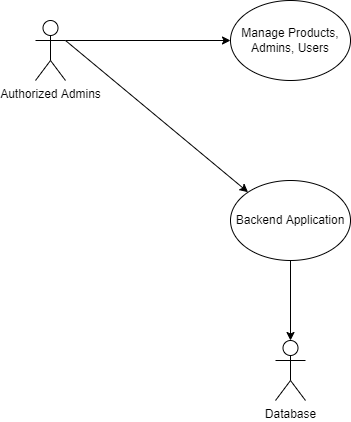
Earlier version of the draw.io export Use case diagram/manage products,users,admins.png (mohitleo03/Software-Engineering-Project-Management). Source tidied: cells renumbered, new cells last; positions are measured from the earlier drawing's top-left corner, leaving out a move shared by most shapes. The source it was exported from:
```xml
<mxGraphModel>
  <root>
    <mxCell id="0" />
    <mxCell id="1" parent="0" />
    <mxCell id="2" style="edgeStyle=orthogonalEdgeStyle;rounded=0;jettySize=auto;html=1;exitX=1;exitY=0.3333333333333333;exitDx=0;exitDy=0;exitPerimeter=0;entryX=0;entryY=0.5;entryDx=0;entryDy=0;" parent="1" edge="1" source="3" target="6">
      <mxGeometry relative="1" as="geometry" />
    </mxCell>
    <mxCell id="3" value="Authorized Admins" style="shape=umlActor;verticalLabelPosition=bottom;verticalAlign=top;html=1;outlineConnect=0;" parent="1" vertex="1">
      <mxGeometry y="20" width="30" height="60" as="geometry" />
    </mxCell>
    <mxCell id="4" style="edgeStyle=orthogonalEdgeStyle;rounded=0;jettySize=auto;html=1;exitX=0.5;exitY=1;exitDx=0;exitDy=0;" parent="1" edge="1" source="5" target="8">
      <mxGeometry relative="1" as="geometry" />
    </mxCell>
    <mxCell id="5" value="Backend Application" style="ellipse;whiteSpace=wrap;html=1;" parent="1" vertex="1">
      <mxGeometry x="195" y="180" width="120" height="80" as="geometry" />
    </mxCell>
    <mxCell id="6" value="Manage Products, Admins, Users" style="ellipse;whiteSpace=wrap;html=1;" parent="1" vertex="1">
      <mxGeometry x="195" width="120" height="80" as="geometry" />
    </mxCell>
    <mxCell id="7" style="endArrow=classic;html=1;rounded=0;exitX=1;exitY=0.3333333333333333;exitDx=0;exitDy=0;exitPerimeter=0;entryX=0;entryY=0;entryDx=0;entryDy=0;" parent="1" edge="1" source="3" target="5">
      <mxGeometry relative="1" as="geometry" />
    </mxCell>
    <mxCell id="8" value="Database" style="shape=umlActor;verticalLabelPosition=bottom;verticalAlign=top;html=1;outlineConnect=0;" parent="1" vertex="1">
      <mxGeometry x="240" y="340" width="30" height="60" as="geometry" />
    </mxCell>
  </root>
</mxGraphModel>
```
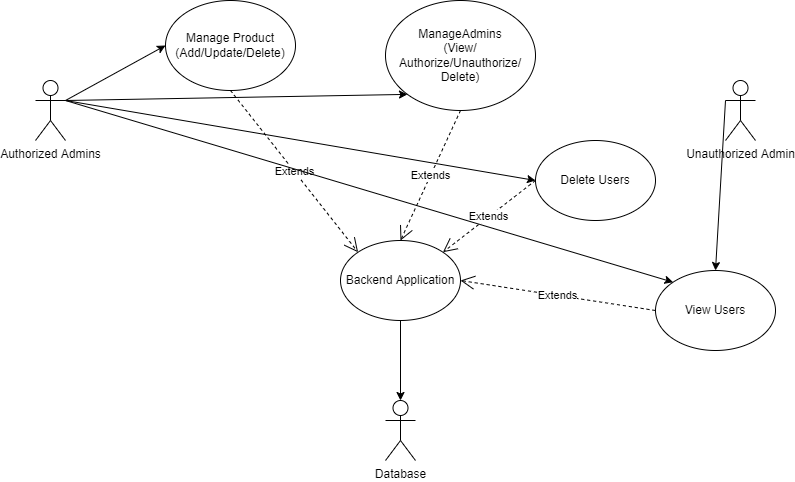
Later version of the same file.

Change to the diagram source:
```diff
@@ -2,11 +2,8 @@
   <root>
     <mxCell id="0" />
     <mxCell id="1" parent="0" />
-    <mxCell id="2" style="edgeStyle=orthogonalEdgeStyle;rounded=0;jettySize=auto;html=1;exitX=1;exitY=0.3333333333333333;exitDx=0;exitDy=0;exitPerimeter=0;entryX=0;entryY=0.5;entryDx=0;entryDy=0;" parent="1" edge="1" source="3" target="6">
-      <mxGeometry relative="1" as="geometry" />
-    </mxCell>
     <mxCell id="3" value="Authorized Admins" style="shape=umlActor;verticalLabelPosition=bottom;verticalAlign=top;html=1;outlineConnect=0;" parent="1" vertex="1">
-      <mxGeometry y="20" width="30" height="60" as="geometry" />
+      <mxGeometry x="-110" y="20" width="30" height="60" as="geometry" />
     </mxCell>
     <mxCell id="4" style="edgeStyle=orthogonalEdgeStyle;rounded=0;jettySize=auto;html=1;exitX=0.5;exitY=1;exitDx=0;exitDy=0;" parent="1" edge="1" source="5" target="8">
       <mxGeometry relative="1" as="geometry" />
@@ -14,14 +11,50 @@
     <mxCell id="5" value="Backend Application" style="ellipse;whiteSpace=wrap;html=1;" parent="1" vertex="1">
       <mxGeometry x="195" y="180" width="120" height="80" as="geometry" />
     </mxCell>
-    <mxCell id="6" value="Manage Products, Admins, Users" style="ellipse;whiteSpace=wrap;html=1;" parent="1" vertex="1">
-      <mxGeometry x="195" width="120" height="80" as="geometry" />
-    </mxCell>
-    <mxCell id="7" style="endArrow=classic;html=1;rounded=0;exitX=1;exitY=0.3333333333333333;exitDx=0;exitDy=0;exitPerimeter=0;entryX=0;entryY=0;entryDx=0;entryDy=0;" parent="1" edge="1" source="3" target="5">
-      <mxGeometry relative="1" as="geometry" />
-    </mxCell>
     <mxCell id="8" value="Database" style="shape=umlActor;verticalLabelPosition=bottom;verticalAlign=top;html=1;outlineConnect=0;" parent="1" vertex="1">
       <mxGeometry x="240" y="340" width="30" height="60" as="geometry" />
     </mxCell>
+    <mxCell id="9" value="Extends" style="endArrow=open;endSize=12;dashed=1;html=1;rounded=0;exitX=0.5;exitY=1;exitDx=0;exitDy=0;entryX=0;entryY=0;entryDx=0;entryDy=0;" parent="1" edge="1" source="11" target="5">
+      <mxGeometry relative="1" as="geometry" />
+    </mxCell>
+    <mxCell id="10" value="ManageAdmins&lt;br&gt;(View/&lt;br&gt;Authorize/Unauthorize/&lt;br&gt;Delete)" style="ellipse;whiteSpace=wrap;html=1;" parent="1" vertex="1">
+      <mxGeometry x="240" y="-60" width="150" height="110" as="geometry" />
+    </mxCell>
+    <mxCell id="11" value="Manage Product&lt;br&gt;(Add/Update/Delete)" style="ellipse;whiteSpace=wrap;html=1;" parent="1" vertex="1">
+      <mxGeometry x="20" y="-60" width="130" height="90" as="geometry" />
+    </mxCell>
+    <mxCell id="12" value="View Users" style="ellipse;whiteSpace=wrap;html=1;" parent="1" vertex="1">
+      <mxGeometry x="510" y="210" width="120" height="80" as="geometry" />
+    </mxCell>
+    <mxCell id="13" value="Delete Users" style="ellipse;whiteSpace=wrap;html=1;" parent="1" vertex="1">
+      <mxGeometry x="390" y="80" width="120" height="80" as="geometry" />
+    </mxCell>
+    <mxCell id="14" value="Unauthorized Admin" style="shape=umlActor;verticalLabelPosition=bottom;verticalAlign=top;html=1;" parent="1" vertex="1">
+      <mxGeometry x="580" y="20" width="30" height="60" as="geometry" />
+    </mxCell>
+    <mxCell id="15" style="endArrow=classic;html=1;rounded=0;exitX=1;exitY=0.3333333333333333;exitDx=0;exitDy=0;exitPerimeter=0;entryX=0;entryY=0.5;entryDx=0;entryDy=0;" parent="1" edge="1" source="3" target="11">
+      <mxGeometry relative="1" as="geometry" />
+    </mxCell>
+    <mxCell id="16" value="Extends" style="endArrow=open;endSize=12;dashed=1;html=1;rounded=0;exitX=0.5;exitY=1;exitDx=0;exitDy=0;entryX=0.5;entryY=0;entryDx=0;entryDy=0;" parent="1" edge="1" source="10" target="5">
+      <mxGeometry relative="1" as="geometry" />
+    </mxCell>
+    <mxCell id="17" value="Extends" style="endArrow=open;endSize=12;dashed=1;html=1;rounded=0;exitX=0;exitY=0.5;exitDx=0;exitDy=0;entryX=1;entryY=0;entryDx=0;entryDy=0;" parent="1" edge="1" source="13" target="5">
+      <mxGeometry relative="1" as="geometry" />
+    </mxCell>
+    <mxCell id="18" value="Extends" style="endArrow=open;endSize=12;dashed=1;html=1;rounded=0;exitX=0;exitY=0.5;exitDx=0;exitDy=0;entryX=1;entryY=0.5;entryDx=0;entryDy=0;" parent="1" edge="1" source="12" target="5">
+      <mxGeometry relative="1" as="geometry" />
+    </mxCell>
+    <mxCell id="19" style="endArrow=classic;html=1;rounded=0;entryX=0.5;entryY=0;entryDx=0;entryDy=0;exitX=0;exitY=0.3333333333333333;exitDx=0;exitDy=0;exitPerimeter=0;" parent="1" edge="1" source="14" target="12">
+      <mxGeometry relative="1" as="geometry" />
+    </mxCell>
+    <mxCell id="20" style="endArrow=classic;html=1;rounded=0;exitX=1;exitY=0.3333333333333333;exitDx=0;exitDy=0;exitPerimeter=0;entryX=0;entryY=1;entryDx=0;entryDy=0;" parent="1" edge="1" source="3" target="10">
+      <mxGeometry relative="1" as="geometry" />
+    </mxCell>
+    <mxCell id="21" style="endArrow=classic;html=1;rounded=0;exitX=1;exitY=0.3333333333333333;exitDx=0;exitDy=0;exitPerimeter=0;entryX=0;entryY=0.5;entryDx=0;entryDy=0;" parent="1" edge="1" source="3" target="13">
+      <mxGeometry relative="1" as="geometry" />
+    </mxCell>
+    <mxCell id="22" style="endArrow=classic;html=1;rounded=0;exitX=1;exitY=0.3333333333333333;exitDx=0;exitDy=0;exitPerimeter=0;entryX=0;entryY=0;entryDx=0;entryDy=0;" parent="1" edge="1" source="3" target="12">
+      <mxGeometry relative="1" as="geometry" />
+    </mxCell>
   </root>
 </mxGraphModel>
```
